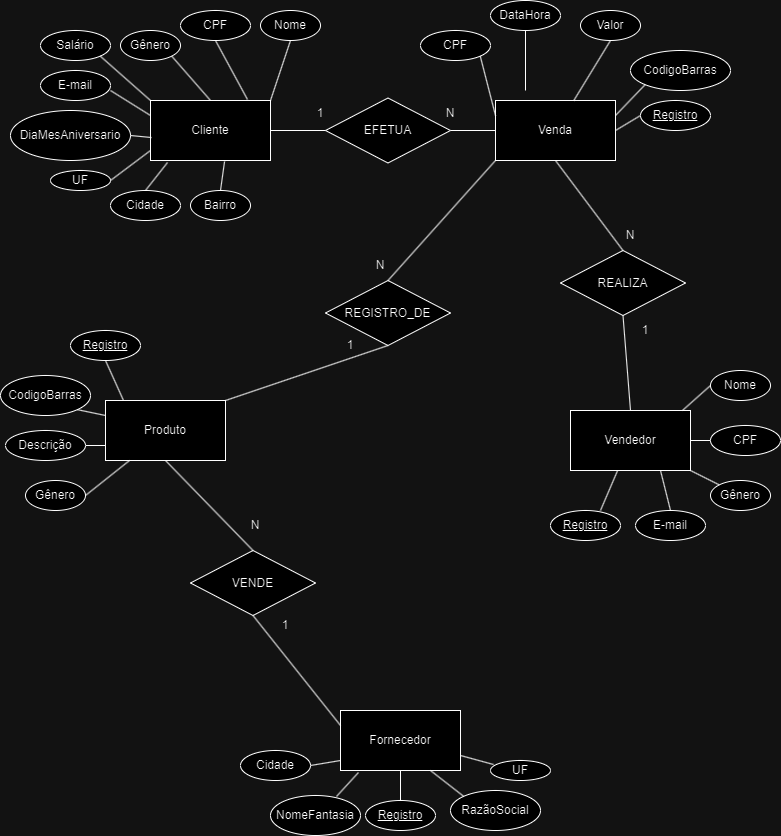
This is Banco_de_Dados_Relacional/5.01.der-vendas/der-vendas.drawio.png from tgoalm/Memorial_PUCRS, a draw.io export, as it was before one commit. Source tidied: cells renumbered, new cells last; positions are measured from the earlier drawing's top-left corner, leaving out a move shared by most shapes. Its diagram source:
```xml
<mxGraphModel>
  <root>
    <mxCell id="0" />
    <mxCell id="1" parent="0" />
    <mxCell id="2" value="Cliente" style="rounded=0;whiteSpace=wrap;html=1;" parent="1" vertex="1">
      <mxGeometry x="150" y="100" width="120" height="60" as="geometry" />
    </mxCell>
    <mxCell id="3" value="CPF" style="ellipse;whiteSpace=wrap;html=1;" parent="1" vertex="1">
      <mxGeometry x="180" y="10" width="70" height="30" as="geometry" />
    </mxCell>
    <mxCell id="4" style="endArrow=none;html=1;rounded=0;entryX=0.5;entryY=1;entryDx=0;entryDy=0;exitX=0.808;exitY=-0.017;exitDx=0;exitDy=0;exitPerimeter=0;" parent="1" edge="1" source="2" target="3">
      <mxGeometry relative="1" as="geometry" />
    </mxCell>
    <mxCell id="5" value="Nome" style="ellipse;whiteSpace=wrap;html=1;" parent="1" vertex="1">
      <mxGeometry x="260" y="10" width="60" height="30" as="geometry" />
    </mxCell>
    <mxCell id="6" style="endArrow=none;html=1;rounded=0;entryX=0.5;entryY=1;entryDx=0;entryDy=0;exitX=1;exitY=0;exitDx=0;exitDy=0;" parent="1" edge="1" source="2" target="5">
      <mxGeometry relative="1" as="geometry" />
    </mxCell>
    <mxCell id="7" value="E-mail" style="ellipse;whiteSpace=wrap;html=1;" parent="1" vertex="1">
      <mxGeometry x="40" y="70" width="70" height="30" as="geometry" />
    </mxCell>
    <mxCell id="8" value="DiaMesAniversario" style="ellipse;whiteSpace=wrap;html=1;" parent="1" vertex="1">
      <mxGeometry x="10" y="110" width="120" height="50" as="geometry" />
    </mxCell>
    <mxCell id="9" value="Salário" style="ellipse;whiteSpace=wrap;html=1;" parent="1" vertex="1">
      <mxGeometry x="40" y="30" width="70" height="30" as="geometry" />
    </mxCell>
    <mxCell id="10" value="Gênero" style="ellipse;whiteSpace=wrap;html=1;" parent="1" vertex="1">
      <mxGeometry x="120" y="30" width="60" height="30" as="geometry" />
    </mxCell>
    <mxCell id="11" value="UF" style="ellipse;whiteSpace=wrap;html=1;" parent="1" vertex="1">
      <mxGeometry x="50" y="170" width="60" height="20" as="geometry" />
    </mxCell>
    <mxCell id="12" value="Cidade" style="ellipse;whiteSpace=wrap;html=1;" parent="1" vertex="1">
      <mxGeometry x="110" y="190" width="70" height="30" as="geometry" />
    </mxCell>
    <mxCell id="13" value="Bairro" style="ellipse;whiteSpace=wrap;html=1;" parent="1" vertex="1">
      <mxGeometry x="190" y="190" width="60" height="30" as="geometry" />
    </mxCell>
    <mxCell id="14" style="endArrow=none;html=1;rounded=0;entryX=1;entryY=1;entryDx=0;entryDy=0;exitX=0.5;exitY=0;exitDx=0;exitDy=0;" parent="1" edge="1" source="2" target="10">
      <mxGeometry relative="1" as="geometry" />
    </mxCell>
    <mxCell id="15" style="endArrow=none;html=1;rounded=0;entryX=1;entryY=1;entryDx=0;entryDy=0;exitX=0;exitY=0;exitDx=0;exitDy=0;" parent="1" edge="1" source="2" target="9">
      <mxGeometry relative="1" as="geometry" />
    </mxCell>
    <mxCell id="16" style="endArrow=none;html=1;rounded=0;exitX=0;exitY=0.25;exitDx=0;exitDy=0;entryX=1;entryY=0.667;entryDx=0;entryDy=0;entryPerimeter=0;" parent="1" edge="1" source="2" target="7">
      <mxGeometry relative="1" as="geometry" />
    </mxCell>
    <mxCell id="17" style="endArrow=none;html=1;rounded=0;entryX=1;entryY=0.5;entryDx=0;entryDy=0;exitX=0.008;exitY=0.617;exitDx=0;exitDy=0;exitPerimeter=0;" parent="1" edge="1" source="2" target="8">
      <mxGeometry relative="1" as="geometry" />
    </mxCell>
    <mxCell id="18" style="endArrow=none;html=1;rounded=0;entryX=1;entryY=0.5;entryDx=0;entryDy=0;" parent="1" edge="1" target="11">
      <mxGeometry relative="1" as="geometry">
        <mxPoint x="150" y="150" as="sourcePoint" />
      </mxGeometry>
    </mxCell>
    <mxCell id="19" style="endArrow=none;html=1;rounded=0;entryX=0.5;entryY=0;entryDx=0;entryDy=0;exitX=0.142;exitY=1.033;exitDx=0;exitDy=0;exitPerimeter=0;" parent="1" edge="1" source="2" target="12">
      <mxGeometry relative="1" as="geometry" />
    </mxCell>
    <mxCell id="20" style="endArrow=none;html=1;rounded=0;entryX=0.617;entryY=1.017;entryDx=0;entryDy=0;entryPerimeter=0;exitX=0.5;exitY=0;exitDx=0;exitDy=0;" parent="1" edge="1" source="13" target="2">
      <mxGeometry relative="1" as="geometry" />
    </mxCell>
    <mxCell id="21" value="Venda" style="rounded=0;whiteSpace=wrap;html=1;" parent="1" vertex="1">
      <mxGeometry x="495" y="100" width="120" height="60" as="geometry" />
    </mxCell>
    <mxCell id="22" value="Valor" style="ellipse;whiteSpace=wrap;html=1;" parent="1" vertex="1">
      <mxGeometry x="580" y="10" width="60" height="30" as="geometry" />
    </mxCell>
    <mxCell id="23" value="DataHora" style="ellipse;whiteSpace=wrap;html=1;" parent="1" vertex="1">
      <mxGeometry x="490" width="70" height="30" as="geometry" />
    </mxCell>
    <mxCell id="24" value="Produto" style="rounded=0;whiteSpace=wrap;html=1;" parent="1" vertex="1">
      <mxGeometry x="105" y="400" width="120" height="60" as="geometry" />
    </mxCell>
    <mxCell id="25" value="CodigoBarras" style="ellipse;whiteSpace=wrap;html=1;" parent="1" vertex="1">
      <mxGeometry y="375" width="90" height="40" as="geometry" />
    </mxCell>
    <mxCell id="26" value="Descrição" style="ellipse;whiteSpace=wrap;html=1;" parent="1" vertex="1">
      <mxGeometry x="5" y="430" width="80" height="30" as="geometry" />
    </mxCell>
    <mxCell id="27" value="CodigoBarras" style="ellipse;whiteSpace=wrap;html=1;" parent="1" vertex="1">
      <mxGeometry x="630" y="50" width="100" height="40" as="geometry" />
    </mxCell>
    <mxCell id="28" value="&lt;u&gt;Registro&lt;/u&gt;" style="ellipse;whiteSpace=wrap;html=1;" parent="1" vertex="1">
      <mxGeometry x="550" y="510" width="70" height="30" as="geometry" />
    </mxCell>
    <mxCell id="29" value="Vendedor" style="rounded=0;whiteSpace=wrap;html=1;" parent="1" vertex="1">
      <mxGeometry x="570" y="410" width="120" height="60" as="geometry" />
    </mxCell>
    <mxCell id="30" value="CPF" style="ellipse;whiteSpace=wrap;html=1;" parent="1" vertex="1">
      <mxGeometry x="710" y="425" width="70" height="30" as="geometry" />
    </mxCell>
    <mxCell id="31" value="Nome" style="ellipse;whiteSpace=wrap;html=1;" parent="1" vertex="1">
      <mxGeometry x="710" y="370" width="60" height="30" as="geometry" />
    </mxCell>
    <mxCell id="32" value="Gênero" style="ellipse;whiteSpace=wrap;html=1;" parent="1" vertex="1">
      <mxGeometry x="710" y="480" width="60" height="30" as="geometry" />
    </mxCell>
    <mxCell id="33" value="E-mail" style="ellipse;whiteSpace=wrap;html=1;" parent="1" vertex="1">
      <mxGeometry x="635" y="510" width="70" height="30" as="geometry" />
    </mxCell>
    <mxCell id="34" style="endArrow=none;html=1;rounded=0;entryX=0;entryY=0;entryDx=0;entryDy=0;exitX=1;exitY=1;exitDx=0;exitDy=0;" parent="1" edge="1" source="29" target="32">
      <mxGeometry relative="1" as="geometry" />
    </mxCell>
    <mxCell id="35" style="endArrow=none;html=1;rounded=0;entryX=0;entryY=0.5;entryDx=0;entryDy=0;exitX=1;exitY=0.5;exitDx=0;exitDy=0;" parent="1" edge="1" source="29">
      <mxGeometry relative="1" as="geometry">
        <mxPoint x="710" y="440" as="targetPoint" />
      </mxGeometry>
    </mxCell>
    <mxCell id="36" style="endArrow=none;html=1;rounded=0;entryX=0;entryY=0.5;entryDx=0;entryDy=0;exitX=0.933;exitY=0;exitDx=0;exitDy=0;exitPerimeter=0;" parent="1" edge="1" source="29" target="31">
      <mxGeometry relative="1" as="geometry" />
    </mxCell>
    <mxCell id="37" style="endArrow=none;html=1;rounded=0;entryX=0.5;entryY=0;entryDx=0;entryDy=0;exitX=0.75;exitY=1;exitDx=0;exitDy=0;" parent="1" edge="1" source="29" target="33">
      <mxGeometry relative="1" as="geometry" />
    </mxCell>
    <mxCell id="38" style="endArrow=none;html=1;rounded=0;entryX=0;entryY=0.75;entryDx=0;entryDy=0;exitX=1;exitY=0.5;exitDx=0;exitDy=0;" parent="1" edge="1" source="26" target="24">
      <mxGeometry relative="1" as="geometry" />
    </mxCell>
    <mxCell id="39" style="endArrow=none;html=1;rounded=0;entryX=1;entryY=1;entryDx=0;entryDy=0;exitX=0;exitY=0.25;exitDx=0;exitDy=0;" parent="1" edge="1" source="24" target="25">
      <mxGeometry relative="1" as="geometry" />
    </mxCell>
    <mxCell id="40" style="endArrow=none;html=1;rounded=0;entryX=0;entryY=1;entryDx=0;entryDy=0;exitX=1;exitY=0.25;exitDx=0;exitDy=0;" parent="1" edge="1" source="21" target="27">
      <mxGeometry relative="1" as="geometry" />
    </mxCell>
    <mxCell id="41" style="endArrow=none;html=1;rounded=0;entryX=0.5;entryY=1;entryDx=0;entryDy=0;" parent="1" edge="1" source="21" target="22">
      <mxGeometry relative="1" as="geometry" />
    </mxCell>
    <mxCell id="42" style="endArrow=none;html=1;rounded=0;entryX=0.5;entryY=1;entryDx=0;entryDy=0;" parent="1" edge="1" target="23">
      <mxGeometry relative="1" as="geometry">
        <mxPoint x="525" y="90" as="sourcePoint" />
      </mxGeometry>
    </mxCell>
    <mxCell id="43" style="endArrow=none;html=1;rounded=0;exitX=0.714;exitY=0;exitDx=0;exitDy=0;exitPerimeter=0;" parent="1" edge="1" source="28" target="29">
      <mxGeometry relative="1" as="geometry" />
    </mxCell>
    <mxCell id="44" value="Gênero" style="ellipse;whiteSpace=wrap;html=1;" parent="1" vertex="1">
      <mxGeometry x="25" y="480" width="60" height="30" as="geometry" />
    </mxCell>
    <mxCell id="45" style="endArrow=none;html=1;rounded=0;entryX=0.2;entryY=1;entryDx=0;entryDy=0;entryPerimeter=0;exitX=1;exitY=0.5;exitDx=0;exitDy=0;" parent="1" edge="1" source="44" target="24">
      <mxGeometry relative="1" as="geometry" />
    </mxCell>
    <mxCell id="46" value="&lt;u&gt;Registro&lt;/u&gt;" style="ellipse;whiteSpace=wrap;html=1;" parent="1" vertex="1">
      <mxGeometry x="640" y="100" width="70" height="30" as="geometry" />
    </mxCell>
    <mxCell id="47" style="endArrow=none;html=1;rounded=0;entryX=0;entryY=0.5;entryDx=0;entryDy=0;exitX=1;exitY=0.5;exitDx=0;exitDy=0;" parent="1" edge="1" source="21" target="46">
      <mxGeometry relative="1" as="geometry" />
    </mxCell>
    <mxCell id="48" value="Fornecedor" style="rounded=0;whiteSpace=wrap;html=1;" parent="1" vertex="1">
      <mxGeometry x="340" y="710" width="120" height="60" as="geometry" />
    </mxCell>
    <mxCell id="49" value="&lt;u&gt;Registro&lt;/u&gt;" style="ellipse;whiteSpace=wrap;html=1;" parent="1" vertex="1">
      <mxGeometry x="365" y="800" width="70" height="30" as="geometry" />
    </mxCell>
    <mxCell id="50" value="NomeFantasia" style="ellipse;whiteSpace=wrap;html=1;" parent="1" vertex="1">
      <mxGeometry x="270" y="795" width="90" height="40" as="geometry" />
    </mxCell>
    <mxCell id="51" value="RazãoSocial" style="ellipse;whiteSpace=wrap;html=1;" parent="1" vertex="1">
      <mxGeometry x="450" y="790" width="90" height="40" as="geometry" />
    </mxCell>
    <mxCell id="52" value="UF" style="ellipse;whiteSpace=wrap;html=1;" parent="1" vertex="1">
      <mxGeometry x="490" y="760" width="60" height="20" as="geometry" />
    </mxCell>
    <mxCell id="53" value="Cidade" style="ellipse;whiteSpace=wrap;html=1;" parent="1" vertex="1">
      <mxGeometry x="240" y="750" width="70" height="30" as="geometry" />
    </mxCell>
    <mxCell id="54" style="endArrow=none;html=1;rounded=0;entryX=0.05;entryY=0.2;entryDx=0;entryDy=0;entryPerimeter=0;exitX=1;exitY=0.75;exitDx=0;exitDy=0;" parent="1" edge="1" source="48" target="52">
      <mxGeometry relative="1" as="geometry" />
    </mxCell>
    <mxCell id="55" style="endArrow=none;html=1;rounded=0;exitX=0;exitY=0;exitDx=0;exitDy=0;entryX=0.75;entryY=1;entryDx=0;entryDy=0;" parent="1" edge="1" source="51" target="48">
      <mxGeometry relative="1" as="geometry" />
    </mxCell>
    <mxCell id="56" style="endArrow=none;html=1;rounded=0;exitX=0.5;exitY=0;exitDx=0;exitDy=0;entryX=0.5;entryY=1;entryDx=0;entryDy=0;" parent="1" edge="1" source="49" target="48">
      <mxGeometry relative="1" as="geometry" />
    </mxCell>
    <mxCell id="57" style="endArrow=none;html=1;rounded=0;exitX=0.733;exitY=0.025;exitDx=0;exitDy=0;exitPerimeter=0;entryX=0.15;entryY=1.033;entryDx=0;entryDy=0;entryPerimeter=0;" parent="1" edge="1" source="50" target="48">
      <mxGeometry relative="1" as="geometry" />
    </mxCell>
    <mxCell id="58" style="endArrow=none;html=1;rounded=0;exitX=1;exitY=0.5;exitDx=0;exitDy=0;" parent="1" edge="1" source="53">
      <mxGeometry relative="1" as="geometry">
        <mxPoint x="340" y="760" as="targetPoint" />
      </mxGeometry>
    </mxCell>
    <mxCell id="59" value="CPF" style="ellipse;whiteSpace=wrap;html=1;" parent="1" vertex="1">
      <mxGeometry x="420" y="30" width="70" height="30" as="geometry" />
    </mxCell>
    <mxCell id="60" style="endArrow=none;html=1;rounded=0;entryX=1;entryY=1;entryDx=0;entryDy=0;exitX=0;exitY=0.25;exitDx=0;exitDy=0;" parent="1" edge="1" source="21" target="59">
      <mxGeometry relative="1" as="geometry" />
    </mxCell>
    <mxCell id="61" value="&lt;u&gt;Registro&lt;/u&gt;" style="ellipse;whiteSpace=wrap;html=1;" parent="1" vertex="1">
      <mxGeometry x="70" y="330" width="70" height="30" as="geometry" />
    </mxCell>
    <mxCell id="62" style="endArrow=none;html=1;rounded=0;exitX=0.5;exitY=1;exitDx=0;exitDy=0;" parent="1" edge="1" source="61">
      <mxGeometry relative="1" as="geometry">
        <mxPoint x="123" y="400" as="targetPoint" />
      </mxGeometry>
    </mxCell>
    <mxCell id="63" value="VENDE" style="rhombus;whiteSpace=wrap;html=1;" parent="1" vertex="1">
      <mxGeometry x="190" y="550" width="125" height="65" as="geometry" />
    </mxCell>
    <mxCell id="64" style="endArrow=none;html=1;rounded=0;exitX=0.5;exitY=1;exitDx=0;exitDy=0;entryX=0;entryY=0.25;entryDx=0;entryDy=0;" parent="1" edge="1" source="63" target="48">
      <mxGeometry relative="1" as="geometry" />
    </mxCell>
    <mxCell id="65" style="endArrow=none;html=1;rounded=0;exitX=0.5;exitY=1;exitDx=0;exitDy=0;entryX=0.5;entryY=0;entryDx=0;entryDy=0;" parent="1" edge="1" source="24" target="63">
      <mxGeometry relative="1" as="geometry" />
    </mxCell>
    <mxCell id="66" value="1" style="text;html=1;strokeColor=none;fillColor=none;align=center;verticalAlign=middle;whiteSpace=wrap;rounded=0;" parent="1" vertex="1">
      <mxGeometry x="270" y="610" width="30" height="30" as="geometry" />
    </mxCell>
    <mxCell id="67" value="N" style="text;html=1;strokeColor=none;fillColor=none;align=center;verticalAlign=middle;whiteSpace=wrap;rounded=0;" parent="1" vertex="1">
      <mxGeometry x="240" y="510" width="30" height="30" as="geometry" />
    </mxCell>
    <mxCell id="68" value="N" style="text;html=1;strokeColor=none;fillColor=none;align=center;verticalAlign=middle;whiteSpace=wrap;rounded=0;" parent="1" vertex="1">
      <mxGeometry x="615" y="220" width="30" height="30" as="geometry" />
    </mxCell>
    <mxCell id="69" value="1" style="text;html=1;strokeColor=none;fillColor=none;align=center;verticalAlign=middle;whiteSpace=wrap;rounded=0;" parent="1" vertex="1">
      <mxGeometry x="630" y="315" width="30" height="30" as="geometry" />
    </mxCell>
    <mxCell id="70" value="N" style="text;html=1;strokeColor=none;fillColor=none;align=center;verticalAlign=middle;whiteSpace=wrap;rounded=0;" parent="1" vertex="1">
      <mxGeometry x="365" y="250" width="30" height="30" as="geometry" />
    </mxCell>
    <mxCell id="71" value="1" style="text;html=1;strokeColor=none;fillColor=none;align=center;verticalAlign=middle;whiteSpace=wrap;rounded=0;" parent="1" vertex="1">
      <mxGeometry x="335" y="330" width="30" height="30" as="geometry" />
    </mxCell>
    <mxCell id="72" value="1" style="text;html=1;strokeColor=none;fillColor=none;align=center;verticalAlign=middle;whiteSpace=wrap;rounded=0;" parent="1" vertex="1">
      <mxGeometry x="305" y="97.5" width="30" height="30" as="geometry" />
    </mxCell>
    <mxCell id="73" value="N" style="text;html=1;strokeColor=none;fillColor=none;align=center;verticalAlign=middle;whiteSpace=wrap;rounded=0;" parent="1" vertex="1">
      <mxGeometry x="435" y="97.5" width="30" height="30" as="geometry" />
    </mxCell>
    <mxCell id="74" value="REALIZA" style="rhombus;whiteSpace=wrap;html=1;" parent="1" vertex="1">
      <mxGeometry x="560" y="250" width="125" height="65" as="geometry" />
    </mxCell>
    <mxCell id="75" style="endArrow=none;html=1;rounded=0;entryX=0.5;entryY=1;entryDx=0;entryDy=0;exitX=0.5;exitY=0;exitDx=0;exitDy=0;" parent="1" edge="1" source="29" target="74">
      <mxGeometry relative="1" as="geometry" />
    </mxCell>
    <mxCell id="76" style="endArrow=none;html=1;rounded=0;entryX=0.5;entryY=1;entryDx=0;entryDy=0;exitX=0.5;exitY=0;exitDx=0;exitDy=0;" parent="1" edge="1" source="74" target="21">
      <mxGeometry relative="1" as="geometry" />
    </mxCell>
    <mxCell id="77" value="REGISTRO_DE" style="rhombus;whiteSpace=wrap;html=1;" parent="1" vertex="1">
      <mxGeometry x="325" y="280" width="125" height="65" as="geometry" />
    </mxCell>
    <mxCell id="78" style="endArrow=none;html=1;rounded=0;exitX=1;exitY=0;exitDx=0;exitDy=0;entryX=0.5;entryY=1;entryDx=0;entryDy=0;" parent="1" edge="1" source="24" target="77">
      <mxGeometry relative="1" as="geometry" />
    </mxCell>
    <mxCell id="79" style="endArrow=none;html=1;rounded=0;exitX=0.5;exitY=0;exitDx=0;exitDy=0;entryX=0;entryY=1;entryDx=0;entryDy=0;" parent="1" edge="1" source="77" target="21">
      <mxGeometry relative="1" as="geometry" />
    </mxCell>
    <mxCell id="80" value="EFETUA" style="rhombus;whiteSpace=wrap;html=1;" parent="1" vertex="1">
      <mxGeometry x="325" y="97.5" width="125" height="65" as="geometry" />
    </mxCell>
    <mxCell id="81" style="endArrow=none;html=1;rounded=0;exitX=1;exitY=0.5;exitDx=0;exitDy=0;entryX=0;entryY=0.5;entryDx=0;entryDy=0;" parent="1" edge="1" source="80" target="21">
      <mxGeometry relative="1" as="geometry" />
    </mxCell>
    <mxCell id="82" style="endArrow=none;html=1;rounded=0;entryX=1;entryY=0.5;entryDx=0;entryDy=0;exitX=0;exitY=0.5;exitDx=0;exitDy=0;" parent="1" edge="1" source="80" target="2">
      <mxGeometry relative="1" as="geometry" />
    </mxCell>
  </root>
</mxGraphModel>
```
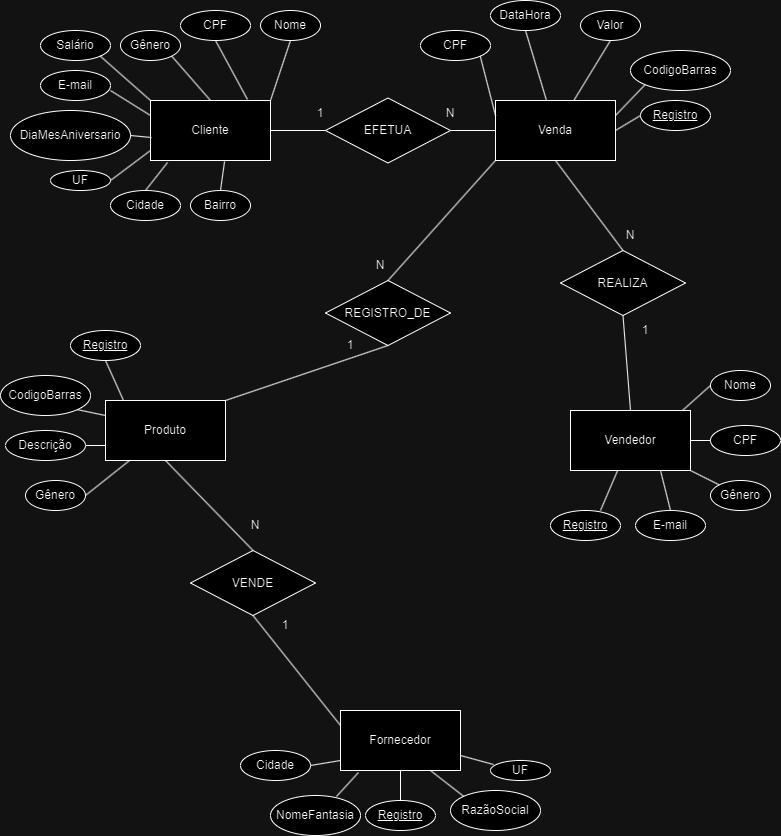
Later version of the same file.

Commit message:
Subindo imagem do diagrama do tópico 5.01.

The edit, as a diff of the source:
```diff
@@ -126,10 +126,8 @@
     <mxCell id="41" style="endArrow=none;html=1;rounded=0;entryX=0.5;entryY=1;entryDx=0;entryDy=0;" parent="1" edge="1" source="21" target="22">
       <mxGeometry relative="1" as="geometry" />
     </mxCell>
-    <mxCell id="42" style="endArrow=none;html=1;rounded=0;entryX=0.5;entryY=1;entryDx=0;entryDy=0;" parent="1" edge="1" target="23">
-      <mxGeometry relative="1" as="geometry">
-        <mxPoint x="525" y="90" as="sourcePoint" />
-      </mxGeometry>
+    <mxCell id="42" style="endArrow=none;html=1;rounded=0;entryX=0.5;entryY=1;entryDx=0;entryDy=0;" parent="1" edge="1" source="21" target="23">
+      <mxGeometry relative="1" as="geometry" />
     </mxCell>
     <mxCell id="43" style="endArrow=none;html=1;rounded=0;exitX=0.714;exitY=0;exitDx=0;exitDy=0;exitPerimeter=0;" parent="1" edge="1" source="28" target="29">
       <mxGeometry relative="1" as="geometry" />
```
